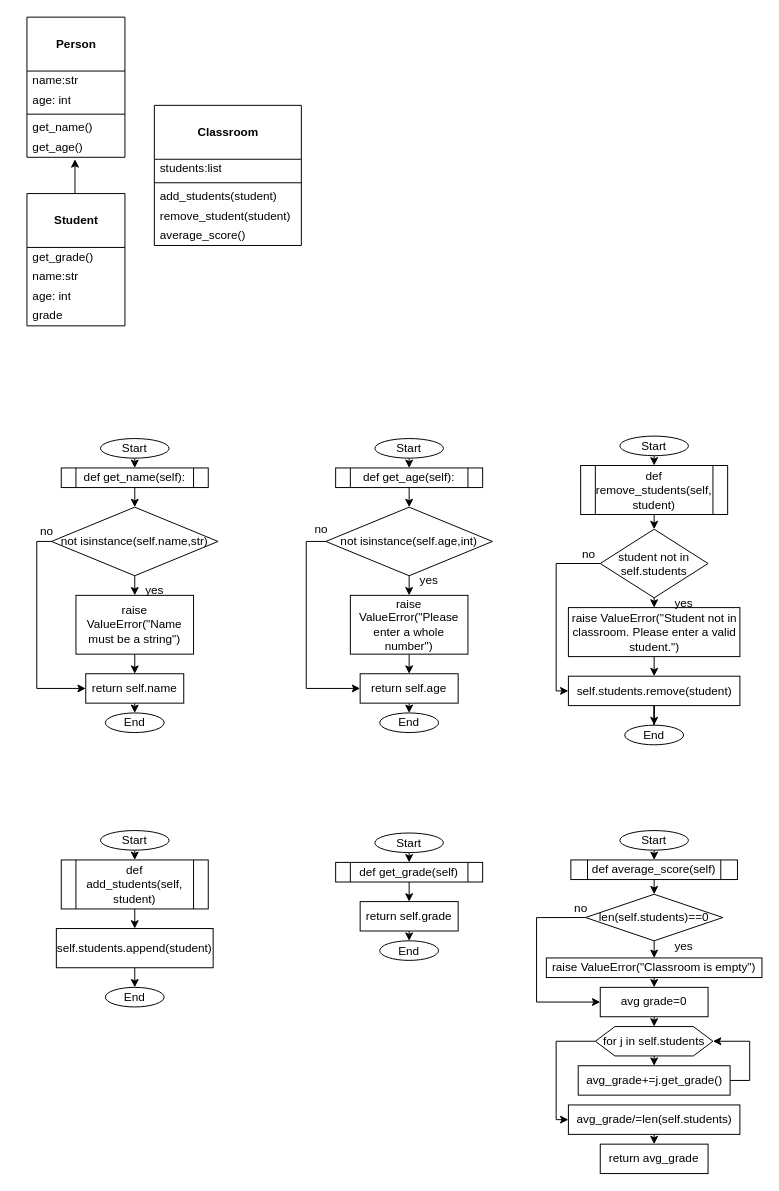
This is page "q36" (4 of 5) of Quizzes/Untitled Diagram.drawio from zelaneroz/unit-3, a draw.io file, before an edit. Source tidied: cells renumbered, new cells numbered last; positions are measured from the earlier drawing's top-left corner, leaving out a move shared by most shapes. Both pictures are drawn from the tidied source at 98%, with x=0, y=0 at pixel (26, 17).
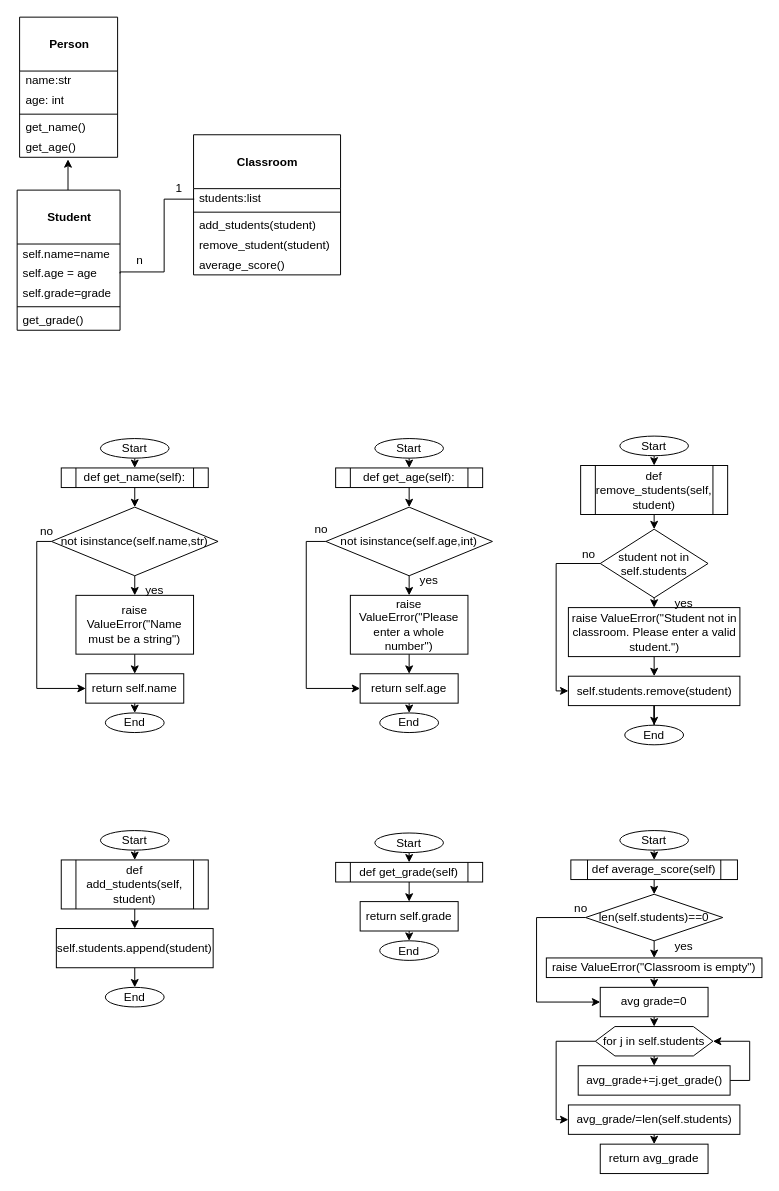
After the change.

The change refers to these unchanged cells:
```xml
<mxCell id="7" value="get_age()" style="text;html=1;strokeColor=none;fillColor=none;align=left;verticalAlign=middle;spacingLeft=4;spacingRight=4;overflow=hidden;points=[[0,0.5],[1,0.5]];portConstraint=eastwest;" parent="2" vertex="1">
  <mxGeometry y="123" width="100" height="20" as="geometry" />
</mxCell>
```

Diff of the diagram source:
```diff
@@
     <mxCell id="2" value="&lt;b&gt;&lt;br&gt;Person&lt;/b&gt;" style="swimlane;fontStyle=0;align=center;verticalAlign=top;horizontal=1;startSize=55;html=1;" parent="1" vertex="1">
-      <mxGeometry width="100" height="143" as="geometry" />
+      <mxGeometry x="-7.5" width="100" height="143" as="geometry" />
     </mxCell>
@@
-    <mxCell id="8" style="edgeStyle=orthogonalEdgeStyle;rounded=0;jettySize=auto;html=1;exitX=0.5;exitY=0;exitDx=0;exitDy=0;entryX=0.49;entryY=1.1;entryDx=0;entryDy=0;entryPerimeter=0;" parent="1" edge="1" target="7">
-      <mxGeometry relative="1" as="geometry">
-        <mxPoint x="50" y="180" as="sourcePoint" />
-      </mxGeometry>
-    </mxCell>
-    <mxCell id="9" value="&lt;b&gt;&lt;br&gt;Student&lt;/b&gt;" style="swimlane;fontStyle=0;align=center;verticalAlign=top;horizontal=1;startSize=55;html=1;" parent="1" vertex="1">
-      <mxGeometry y="180" width="100" height="135" as="geometry" />
-    </mxCell>
-    <mxCell id="10" value="get_grade()" style="text;html=1;strokeColor=none;fillColor=none;align=left;verticalAlign=middle;spacingLeft=4;spacingRight=4;overflow=hidden;" parent="9" vertex="1">
-      <mxGeometry y="55" width="100" height="20" as="geometry" />
-    </mxCell>
-    <mxCell id="11" value="name:str" style="text;html=1;strokeColor=none;fillColor=none;align=left;verticalAlign=middle;spacingLeft=4;spacingRight=4;overflow=hidden;" parent="9" vertex="1">
-      <mxGeometry y="75" width="100" height="20" as="geometry" />
-    </mxCell>
-    <mxCell id="12" value="age: int" style="text;html=1;strokeColor=none;fillColor=none;align=left;verticalAlign=middle;spacingLeft=4;spacingRight=4;overflow=hidden;" parent="9" vertex="1">
-      <mxGeometry y="95" width="100" height="20" as="geometry" />
-    </mxCell>
-    <mxCell id="13" value="grade" style="text;html=1;strokeColor=none;fillColor=none;align=left;verticalAlign=middle;spacingLeft=4;spacingRight=4;overflow=hidden;" parent="9" vertex="1">
-      <mxGeometry y="115" width="100" height="20" as="geometry" />
-    </mxCell>
+    <mxCell id="99" style="edgeStyle=orthogonalEdgeStyle;rounded=0;jettySize=auto;html=1;exitX=0.5;exitY=0;exitDx=0;exitDy=0;entryX=0.494;entryY=1.104;entryDx=0;entryDy=0;entryPerimeter=0;" parent="1" edge="1" target="7">
+      <mxGeometry relative="1" as="geometry">
+        <mxPoint x="50" y="180" as="sourcePoint" />
+      </mxGeometry>
+    </mxCell>
     <mxCell id="14" value="&lt;b&gt;&lt;br&gt;Classroom&lt;/b&gt;" style="swimlane;fontStyle=0;align=center;verticalAlign=top;horizontal=1;startSize=55;html=1;" parent="1" vertex="1">
-      <mxGeometry x="130" y="90" width="150" height="143" as="geometry" />
+      <mxGeometry x="170" y="120" width="150" height="143" as="geometry" />
     </mxCell>
@@
+    <mxCell id="100" value="n" style="text;html=1;align=center;verticalAlign=middle;strokeColor=none;fillColor=none;" parent="1" vertex="1">
+      <mxGeometry x="100" y="233" width="30" height="30" as="geometry" />
+    </mxCell>
+    <mxCell id="101" value="1" style="text;html=1;align=center;verticalAlign=middle;points=[];strokeColor=none;fillColor=none;" parent="1" vertex="1">
+      <mxGeometry x="140" y="160" width="30" height="30" as="geometry" />
+    </mxCell>
+    <mxCell id="9" value="&lt;b&gt;&lt;br&gt;Student&lt;/b&gt;" style="swimlane;fontStyle=0;align=center;verticalAlign=top;horizontal=1;startSize=55;html=1;" parent="1" vertex="1">
+      <mxGeometry x="-10" y="176.5" width="105" height="143" as="geometry" />
+    </mxCell>
+    <mxCell id="102" value="self.name=name" style="text;html=1;strokeColor=none;fillColor=none;align=left;verticalAlign=middle;spacingLeft=4;spacingRight=4;overflow=hidden;" parent="9" vertex="1">
+      <mxGeometry y="55" width="105" height="20" as="geometry" />
+    </mxCell>
+    <mxCell id="103" value="self.age = age" style="text;html=1;strokeColor=none;fillColor=none;align=left;verticalAlign=middle;spacingLeft=4;spacingRight=4;overflow=hidden;points=[[0,0.5],[1,0.5]];portConstraint=eastwest;" parent="9" vertex="1">
+      <mxGeometry y="75" width="105" height="20" as="geometry" />
+    </mxCell>
+    <mxCell id="104" value="self.grade=grade" style="text;html=1;strokeColor=none;fillColor=none;align=left;verticalAlign=middle;spacingLeft=4;spacingRight=4;overflow=hidden;" parent="9" vertex="1">
+      <mxGeometry y="95" width="105" height="20" as="geometry" />
+    </mxCell>
+    <mxCell id="105" style="line;strokeWidth=1;fillColor=none;align=left;verticalAlign=middle;spacingTop=-1;spacingLeft=3;spacingRight=3;labelPosition=right;" parent="9" vertex="1">
+      <mxGeometry y="115" width="105" height="8" as="geometry" />
+    </mxCell>
+    <mxCell id="10" value="get_grade()" style="text;html=1;strokeColor=none;fillColor=none;align=left;verticalAlign=middle;spacingLeft=4;spacingRight=4;overflow=hidden;" parent="9" vertex="1">
+      <mxGeometry y="123" width="105" height="20" as="geometry" />
+    </mxCell>
+    <mxCell id="106" style="endArrow=none;html=1;rounded=0;labelBackgroundColor=default;strokeColor=default;fontFamily=Helvetica;fontSize=11;fontColor=default;shape=connector;exitX=1;exitY=0.5;exitDx=0;exitDy=0;edgeStyle=orthogonalEdgeStyle;entryX=1.022;entryY=0.857;entryDx=0;entryDy=0;entryPerimeter=0;" parent="1" edge="1" source="103" target="101">
+      <mxGeometry relative="1" as="geometry">
+        <Array as="points">
+          <mxPoint x="95" y="260" />
+          <mxPoint x="140" y="260" />
+          <mxPoint x="140" y="186" />
+        </Array>
+      </mxGeometry>
+    </mxCell>
```
